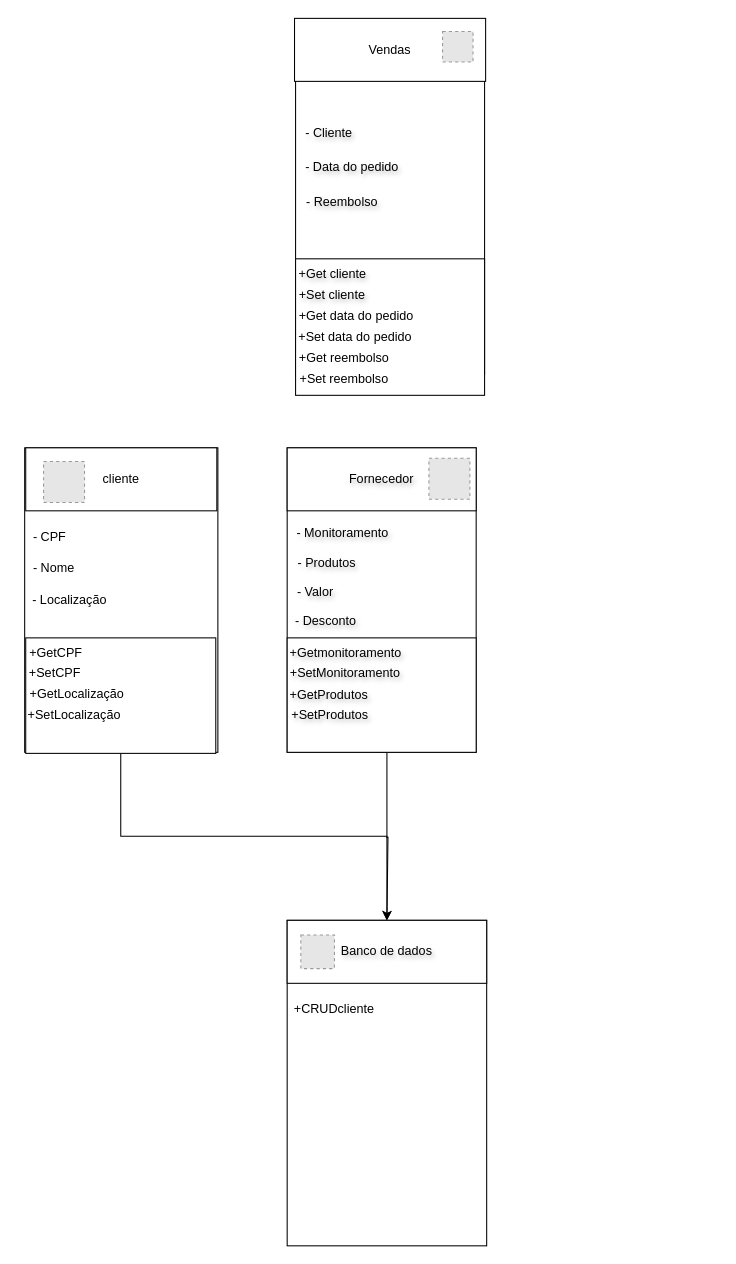
Above: DOC/diagram de classe.drawio in lucasmathiasbelini/projeto3 (draw.io), before the change. Source tidied: cells renumbered, new cells numbered last; positions are measured from the earlier drawing's top-left corner, leaving out a move shared by most shapes. Both pictures are drawn from the tidied source at 105%, with x=0, y=0 at pixel (18, 18). Pictures stored in the file or linked from it are replaced by grey dashed boxes.
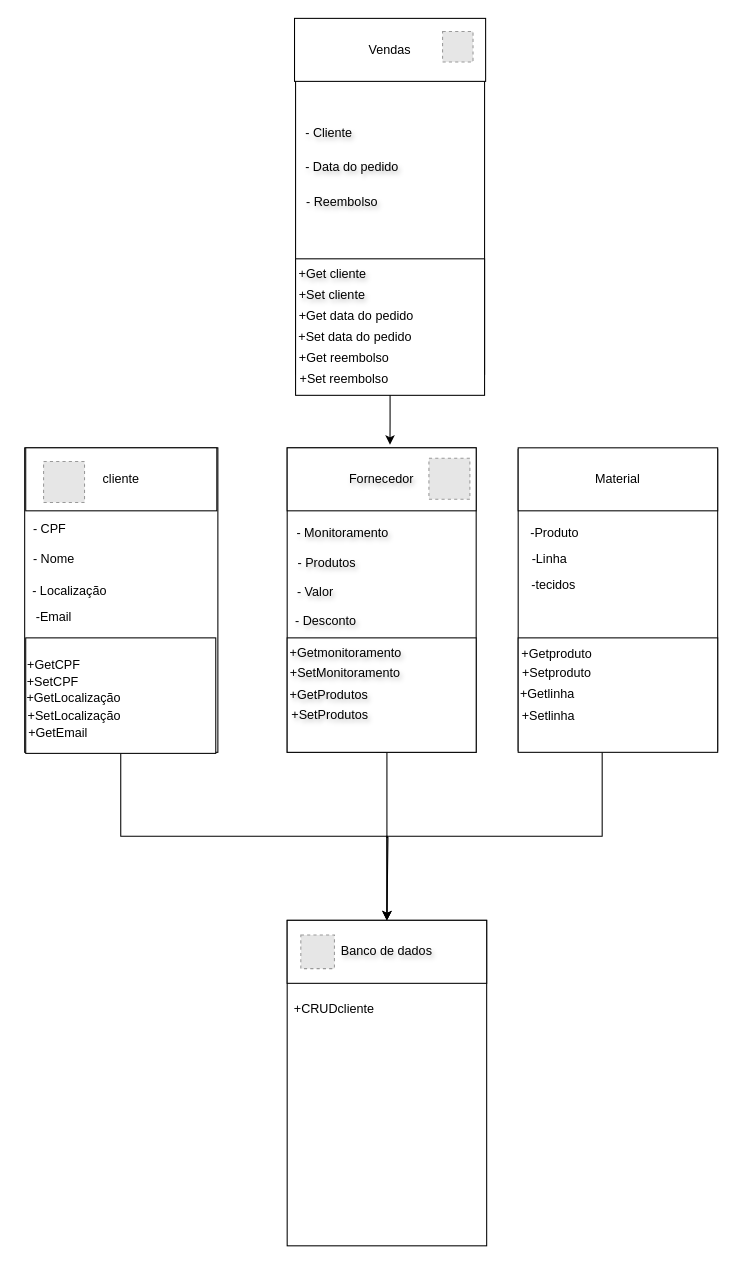
Above is the later version.

Unchanged cells that the change refers to:
```xml
<mxCell id="8" value="Fornecedor" style="rounded=0;whiteSpace=wrap;html=1;textShadow=1;" parent="1" vertex="1">
  <mxGeometry x="256" y="409" width="180" height="60" as="geometry" />
</mxCell>
<mxCell id="24" value="Banco de dados" style="rounded=0;whiteSpace=wrap;html=1;textShadow=1;" parent="1" vertex="1">
  <mxGeometry x="256" y="859" width="190" height="60" as="geometry" />
</mxCell>
<mxCell id="32" style="rounded=0;whiteSpace=wrap;html=1;textShadow=1;" parent="1" vertex="1">
  <mxGeometry x="264" y="229" width="180" height="130" as="geometry" />
</mxCell>
```

Change to the diagram source:
```diff
@@
     <mxCell id="4" value="- CPF" style="text;html=1;align=center;verticalAlign=middle;whiteSpace=wrap;rounded=0;" parent="1" vertex="1">
-      <mxGeometry x="-0.5" y="479" width="60" height="30" as="geometry" />
+      <mxGeometry x="-0.5" y="472" width="60" height="30" as="geometry" />
     </mxCell>
     <mxCell id="5" value="- Nome" style="text;html=1;align=center;verticalAlign=middle;whiteSpace=wrap;rounded=0;" parent="1" vertex="1">
-      <mxGeometry x="4" y="509" width="60" height="30" as="geometry" />
+      <mxGeometry x="4" y="500" width="60" height="30" as="geometry" />
     </mxCell>
     <mxCell id="6" value="- Localização" style="text;html=1;align=center;verticalAlign=middle;whiteSpace=wrap;rounded=0;" parent="1" vertex="1">
-      <mxGeometry x="7" y="539" width="84" height="30" as="geometry" />
+      <mxGeometry x="7" y="531" width="84" height="30" as="geometry" />
     </mxCell>
@@
     <mxCell id="12" value="+GetCPF" style="text;html=1;align=center;verticalAlign=middle;whiteSpace=wrap;rounded=0;" parent="1" vertex="1">
-      <mxGeometry x="6" y="590" width="60" height="30" as="geometry" />
+      <mxGeometry x="4" y="601" width="60" height="30" as="geometry" />
     </mxCell>
     <mxCell id="13" value="+SetCPF" style="text;html=1;align=center;verticalAlign=middle;whiteSpace=wrap;rounded=0;" parent="1" vertex="1">
-      <mxGeometry x="5" y="609" width="60" height="30" as="geometry" />
+      <mxGeometry x="3" y="617" width="60" height="30" as="geometry" />
     </mxCell>
-    <mxCell id="14" value="+GetLocalização" style="text;html=1;align=center;verticalAlign=middle;whiteSpace=wrap;rounded=0;" parent="1" vertex="1">
-      <mxGeometry x="26" y="629" width="60" height="30" as="geometry" />
+    <mxCell id="14" value="+GetLocalização" style="text;html=1;align=center;verticalAlign=middle;whiteSpace=wrap;rounded=0;rotation=0;" parent="1" vertex="1">
+      <mxGeometry x="23" y="633" width="60" height="30" as="geometry" />
     </mxCell>
@@
     <mxCell id="42" value="+SetLocalização" style="text;html=1;align=center;verticalAlign=middle;whiteSpace=wrap;rounded=0;" parent="1" vertex="1">
-      <mxGeometry x="-0.5" y="649" width="106.5" height="30" as="geometry" />
+      <mxGeometry x="-0.5" y="650" width="106.5" height="30" as="geometry" />
     </mxCell>
@@
+    <mxCell id="44" value="-Email" style="text;html=1;align=center;verticalAlign=middle;whiteSpace=wrap;rounded=0;" parent="1" vertex="1">
+      <mxGeometry x="3.5" y="555" width="60" height="30" as="geometry" />
+    </mxCell>
+    <mxCell id="45" value="+GetEmail" style="text;html=1;align=center;verticalAlign=middle;whiteSpace=wrap;rounded=0;" parent="1" vertex="1">
+      <mxGeometry x="8" y="666" width="60" height="30" as="geometry" />
+    </mxCell>
+    <mxCell id="46" style="rounded=0;whiteSpace=wrap;html=1;" parent="1" vertex="1">
+      <mxGeometry x="476" y="410.5" width="190" height="287" as="geometry" />
+    </mxCell>
+    <mxCell id="47" value="Material" style="rounded=0;whiteSpace=wrap;html=1;" parent="1" vertex="1">
+      <mxGeometry x="476" y="409" width="190" height="60" as="geometry" />
+    </mxCell>
+    <mxCell id="48" style="edgeStyle=orthogonalEdgeStyle;rounded=0;jettySize=auto;html=1;entryX=0.5;entryY=0;entryDx=0;entryDy=0;" parent="1" edge="1" source="49" target="24">
+      <mxGeometry relative="1" as="geometry">
+        <Array as="points">
+          <mxPoint x="556" y="779" />
+          <mxPoint x="351" y="779" />
+        </Array>
+      </mxGeometry>
+    </mxCell>
+    <mxCell id="49" style="rounded=0;whiteSpace=wrap;html=1;" parent="1" vertex="1">
+      <mxGeometry x="476" y="590" width="190" height="109" as="geometry" />
+    </mxCell>
+    <mxCell id="50" style="edgeStyle=orthogonalEdgeStyle;rounded=0;jettySize=auto;html=1;entryX=0.544;entryY=-0.05;entryDx=0;entryDy=0;entryPerimeter=0;" parent="1" edge="1" source="32" target="8">
+      <mxGeometry relative="1" as="geometry" />
+    </mxCell>
+    <mxCell id="51" value="-Produto" style="text;html=1;align=center;verticalAlign=middle;whiteSpace=wrap;rounded=0;" parent="1" vertex="1">
+      <mxGeometry x="481" y="475" width="60" height="30" as="geometry" />
+    </mxCell>
+    <mxCell id="52" value="-Linha" style="text;html=1;align=center;verticalAlign=middle;whiteSpace=wrap;rounded=0;" parent="1" vertex="1">
+      <mxGeometry x="476" y="500" width="60" height="30" as="geometry" />
+    </mxCell>
+    <mxCell id="53" value="-tecidos" style="text;html=1;align=center;verticalAlign=middle;whiteSpace=wrap;rounded=0;" parent="1" vertex="1">
+      <mxGeometry x="480" y="525" width="60" height="30" as="geometry" />
+    </mxCell>
+    <mxCell id="54" value="+Getproduto" style="text;html=1;align=center;verticalAlign=middle;whiteSpace=wrap;rounded=0;" parent="1" vertex="1">
+      <mxGeometry x="483" y="591" width="60" height="30" as="geometry" />
+    </mxCell>
+    <mxCell id="55" value="+Setproduto" style="text;html=1;align=center;verticalAlign=middle;whiteSpace=wrap;rounded=0;" parent="1" vertex="1">
+      <mxGeometry x="483" y="609" width="60" height="30" as="geometry" />
+    </mxCell>
+    <mxCell id="56" value="+Getlinha" style="text;html=1;align=center;verticalAlign=middle;whiteSpace=wrap;rounded=0;" parent="1" vertex="1">
+      <mxGeometry x="474" y="629" width="60" height="30" as="geometry" />
+    </mxCell>
+    <mxCell id="57" value="+Setlinha" style="text;html=1;align=center;verticalAlign=middle;whiteSpace=wrap;rounded=0;" parent="1" vertex="1">
+      <mxGeometry x="475" y="650" width="60" height="30" as="geometry" />
+    </mxCell>
```
